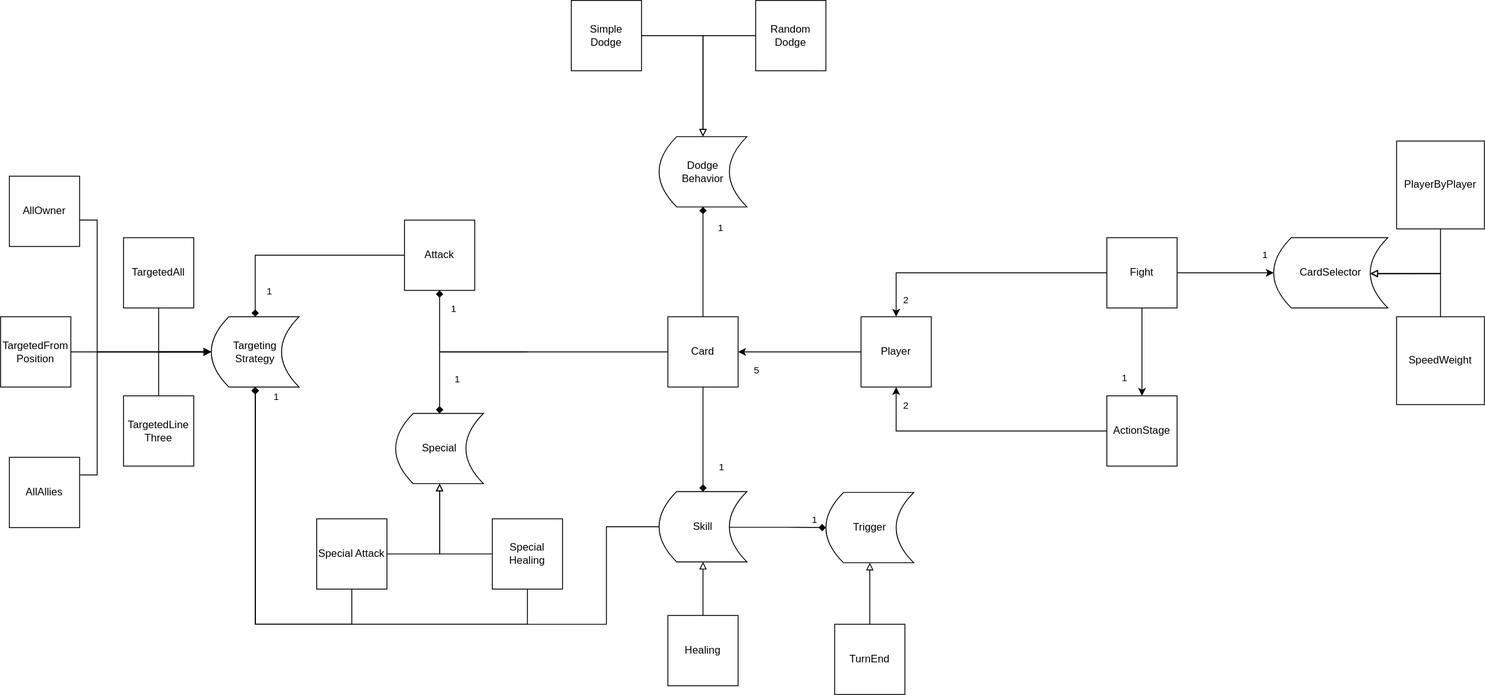
Earlier version of the draw.io export doc/archi.drawio.svg (cegerard/card-game). Source tidied: cells renumbered, new cells last; positions are measured from the earlier drawing's top-left corner, leaving out a move shared by most shapes.
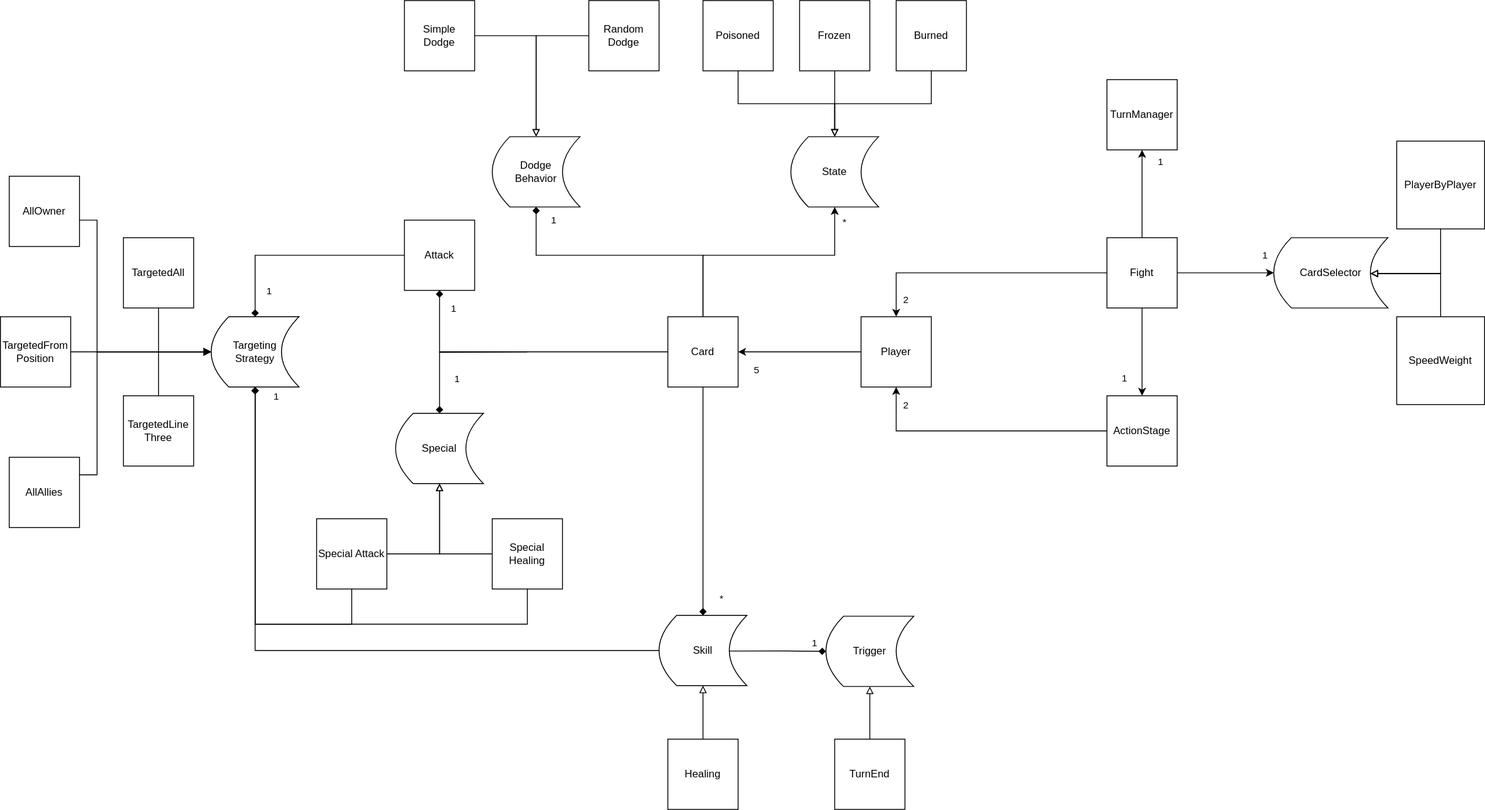
After the change.

Commit message:
Update the architecture schema for state alterations

Diff of the diagram source:
```diff
@@ -16,6 +16,14 @@
         <mxPoint x="-126" y="29" as="offset" />
       </mxGeometry>
     </mxCell>
+    <mxCell id="61" style="edgeStyle=none;html=1;" parent="1" edge="1" source="6" target="66">
+      <mxGeometry relative="1" as="geometry" />
+    </mxCell>
+    <mxCell id="21" value="1" style="edgeLabel;html=1;align=center;verticalAlign=middle;" parent="61" vertex="1">
+      <mxGeometry x="0.75" y="1" relative="1" as="geometry">
+        <mxPoint x="21" as="offset" />
+      </mxGeometry>
+    </mxCell>
     <mxCell id="6" value="Fight" style="whiteSpace=wrap;html=1;" parent="1" vertex="1">
       <mxGeometry x="1260" y="270" width="80" height="80" as="geometry" />
     </mxCell>
@@ -78,11 +86,27 @@
     <mxCell id="20" style="edgeStyle=none;html=1;endArrow=diamond;endFill=1;entryX=0.5;entryY=0;entryDx=0;entryDy=0;" parent="1" edge="1" source="22" target="58">
       <mxGeometry relative="1" as="geometry" />
     </mxCell>
-    <mxCell id="21" value="1" style="edgeLabel;html=1;align=center;verticalAlign=middle;" parent="20" vertex="1">
-      <mxGeometry x="-0.48" relative="1" as="geometry">
-        <mxPoint x="20" y="59" as="offset" />
-      </mxGeometry>
-    </mxCell>
+    <mxCell id="62" value="&lt;div&gt;&lt;br&gt;&lt;/div&gt;&lt;div&gt;&lt;br&gt;&lt;/div&gt;" style="edgeLabel;html=1;align=center;verticalAlign=middle;" parent="20" vertex="1">
+      <mxGeometry x="0.57" y="3" relative="1" as="geometry" />
+    </mxCell>
+    <mxCell id="63" value="*" style="edgeLabel;html=1;align=center;verticalAlign=middle;" parent="20" vertex="1">
+      <mxGeometry x="0.63" y="-5" relative="1" as="geometry">
+        <mxPoint x="25" y="28" as="offset" />
+      </mxGeometry>
+    </mxCell>
+    <mxCell id="64" style="edgeStyle=orthogonalEdgeStyle;html=1;exitX=0.5;exitY=0;exitDx=0;exitDy=0;entryX=0.5;entryY=1;entryDx=0;entryDy=0;rounded=0;curved=0;" parent="1" edge="1" source="22" target="67">
+      <mxGeometry relative="1" as="geometry">
+        <Array as="points">
+          <mxPoint x="800" y="290" />
+          <mxPoint x="950" y="290" />
+        </Array>
+      </mxGeometry>
+    </mxCell>
+    <mxCell id="65" value="*" style="edgeLabel;html=1;align=center;verticalAlign=middle;" parent="64" vertex="1">
+      <mxGeometry x="0.91" y="-3" relative="1" as="geometry">
+        <mxPoint x="7" y="3" as="offset" />
+      </mxGeometry>
+    </mxCell>
     <mxCell id="22" value="Card" style="whiteSpace=wrap;html=1;labelBackgroundColor=none;labelBorderColor=none;fontColor=default;" parent="1" vertex="1">
       <mxGeometry x="760" y="360" width="80" height="80" as="geometry" />
     </mxCell>
@@ -158,24 +182,27 @@
       <mxGeometry x="560" y="590" width="80" height="80" as="geometry" />
     </mxCell>
     <mxCell id="42" value="1" style="edgeStyle=orthogonalEdgeStyle;rounded=0;html=1;strokeColor=default;endArrow=none;endFill=0;startArrow=diamond;startFill=1;exitX=0.5;exitY=1;exitDx=0;exitDy=0;entryX=0.5;entryY=0;entryDx=0;entryDy=0;" parent="1" edge="1" source="43" target="22">
-      <mxGeometry x="-0.6" y="20" relative="1" as="geometry">
-        <mxPoint y="-1" as="offset" />
+      <mxGeometry x="-0.9" y="20" relative="1" as="geometry">
+        <Array as="points">
+          <mxPoint x="610" y="290" />
+          <mxPoint x="800" y="290" />
+        </Array>
       </mxGeometry>
     </mxCell>
     <mxCell id="43" value="Dodge&lt;br&gt;Behavior" style="shape=dataStorage;whiteSpace=wrap;html=1;fixedSize=1;labelBackgroundColor=none;labelBorderColor=none;fontColor=default;" parent="1" vertex="1">
-      <mxGeometry x="750" y="155" width="100" height="80" as="geometry" />
+      <mxGeometry x="560" y="155" width="100" height="80" as="geometry" />
     </mxCell>
     <mxCell id="44" style="edgeStyle=orthogonalEdgeStyle;rounded=0;html=1;strokeColor=default;endArrow=block;endFill=0;" parent="1" edge="1" source="45" target="43">
       <mxGeometry relative="1" as="geometry" />
     </mxCell>
     <mxCell id="45" value="Simple&lt;br&gt;Dodge" style="whiteSpace=wrap;html=1;labelBackgroundColor=none;labelBorderColor=none;fontColor=default;" parent="1" vertex="1">
-      <mxGeometry x="650" width="80" height="80" as="geometry" />
+      <mxGeometry x="460" width="80" height="80" as="geometry" />
     </mxCell>
     <mxCell id="46" style="edgeStyle=orthogonalEdgeStyle;rounded=0;html=1;strokeColor=default;endArrow=block;endFill=0;entryX=0.5;entryY=0;entryDx=0;entryDy=0;" parent="1" edge="1" source="47" target="43">
       <mxGeometry relative="1" as="geometry" />
     </mxCell>
     <mxCell id="47" value="Random&lt;br&gt;Dodge" style="whiteSpace=wrap;html=1;labelBackgroundColor=none;labelBorderColor=none;fontColor=default;" parent="1" vertex="1">
-      <mxGeometry x="860" width="80" height="80" as="geometry" />
+      <mxGeometry x="670" width="80" height="80" as="geometry" />
     </mxCell>
     <mxCell id="48" style="edgeStyle=orthogonalEdgeStyle;html=1;entryX=0;entryY=0.5;entryDx=0;entryDy=0;rounded=0;exitX=0.5;exitY=1;exitDx=0;exitDy=0;" parent="1" edge="1" source="49" target="30">
       <mxGeometry relative="1" as="geometry">
@@ -191,8 +218,7 @@
     <mxCell id="50" style="edgeStyle=orthogonalEdgeStyle;rounded=0;html=1;endArrow=diamond;endFill=1;exitX=0;exitY=0.5;exitDx=0;exitDy=0;" parent="1" edge="1" source="58" target="30">
       <mxGeometry relative="1" as="geometry">
         <Array as="points">
-          <mxPoint x="690" y="710" />
-          <mxPoint x="290" y="710" />
+          <mxPoint x="290" y="740" />
         </Array>
       </mxGeometry>
     </mxCell>
@@ -219,19 +245,43 @@
       <mxGeometry relative="1" as="geometry" />
     </mxCell>
     <mxCell id="56" value="Trigger" style="shape=dataStorage;whiteSpace=wrap;html=1;fixedSize=1;labelBackgroundColor=none;labelBorderColor=none;fontColor=default;" parent="1" vertex="1">
-      <mxGeometry x="940" y="560" width="100" height="80" as="geometry" />
+      <mxGeometry x="940" y="701" width="100" height="80" as="geometry" />
     </mxCell>
     <mxCell id="57" value="TurnEnd" style="whiteSpace=wrap;html=1;labelBackgroundColor=none;labelBorderColor=none;fontColor=default;" parent="1" vertex="1">
-      <mxGeometry x="950" y="710" width="80" height="80" as="geometry" />
+      <mxGeometry x="950" y="841" width="80" height="80" as="geometry" />
     </mxCell>
     <mxCell id="58" value="Skill" style="shape=dataStorage;whiteSpace=wrap;html=1;fixedSize=1;labelBackgroundColor=none;labelBorderColor=none;fontColor=default;" parent="1" vertex="1">
-      <mxGeometry x="750" y="559" width="100" height="80" as="geometry" />
+      <mxGeometry x="750" y="700" width="100" height="80" as="geometry" />
     </mxCell>
     <mxCell id="59" style="edgeStyle=none;html=1;entryX=0.5;entryY=1;entryDx=0;entryDy=0;endArrow=block;endFill=0;" parent="1" edge="1" source="60" target="58">
       <mxGeometry relative="1" as="geometry" />
     </mxCell>
     <mxCell id="60" value="Healing" style="whiteSpace=wrap;html=1;labelBackgroundColor=none;labelBorderColor=none;fontColor=default;" parent="1" vertex="1">
-      <mxGeometry x="760" y="700" width="80" height="80" as="geometry" />
+      <mxGeometry x="760" y="841" width="80" height="80" as="geometry" />
     </mxCell>
+    <mxCell id="66" value="TurnManager" style="whiteSpace=wrap;html=1;" parent="1" vertex="1">
+      <mxGeometry x="1260" y="90" width="80" height="80" as="geometry" />
+    </mxCell>
+    <mxCell id="67" value="State" style="shape=dataStorage;whiteSpace=wrap;html=1;fixedSize=1;labelBackgroundColor=none;labelBorderColor=none;fontColor=default;" parent="1" vertex="1">
+      <mxGeometry x="900" y="155" width="100" height="80" as="geometry" />
+    </mxCell>
+    <mxCell id="68" value="Poisoned" style="whiteSpace=wrap;html=1;labelBackgroundColor=none;labelBorderColor=none;fontColor=default;" parent="1" vertex="1">
+      <mxGeometry x="800" width="80" height="80" as="geometry" />
+    </mxCell>
+    <mxCell id="69" style="edgeStyle=orthogonalEdgeStyle;html=1;exitX=0.5;exitY=1;exitDx=0;exitDy=0;entryX=0.5;entryY=0;entryDx=0;entryDy=0;rounded=0;curved=0;endArrow=block;endFill=0;" parent="1" edge="1" source="70" target="67">
+      <mxGeometry relative="1" as="geometry" />
+    </mxCell>
+    <mxCell id="70" value="Frozen" style="whiteSpace=wrap;html=1;labelBackgroundColor=none;labelBorderColor=none;fontColor=default;" parent="1" vertex="1">
+      <mxGeometry x="910" width="80" height="80" as="geometry" />
+    </mxCell>
+    <mxCell id="71" style="edgeStyle=orthogonalEdgeStyle;html=1;exitX=0.5;exitY=1;exitDx=0;exitDy=0;entryX=0.5;entryY=0;entryDx=0;entryDy=0;rounded=0;curved=0;endArrow=block;endFill=0;" parent="1" edge="1" source="72" target="67">
+      <mxGeometry relative="1" as="geometry" />
+    </mxCell>
+    <mxCell id="72" value="Burned" style="whiteSpace=wrap;html=1;labelBackgroundColor=none;labelBorderColor=none;fontColor=default;" parent="1" vertex="1">
+      <mxGeometry x="1020" width="80" height="80" as="geometry" />
+    </mxCell>
+    <mxCell id="73" style="edgeStyle=orthogonalEdgeStyle;html=1;entryX=0.5;entryY=0;entryDx=0;entryDy=0;endArrow=block;endFill=0;rounded=0;curved=0;exitX=0.5;exitY=1;exitDx=0;exitDy=0;" parent="1" edge="1" source="68" target="67">
+      <mxGeometry relative="1" as="geometry" />
+    </mxCell>
   </root>
 </mxGraphModel>
```
